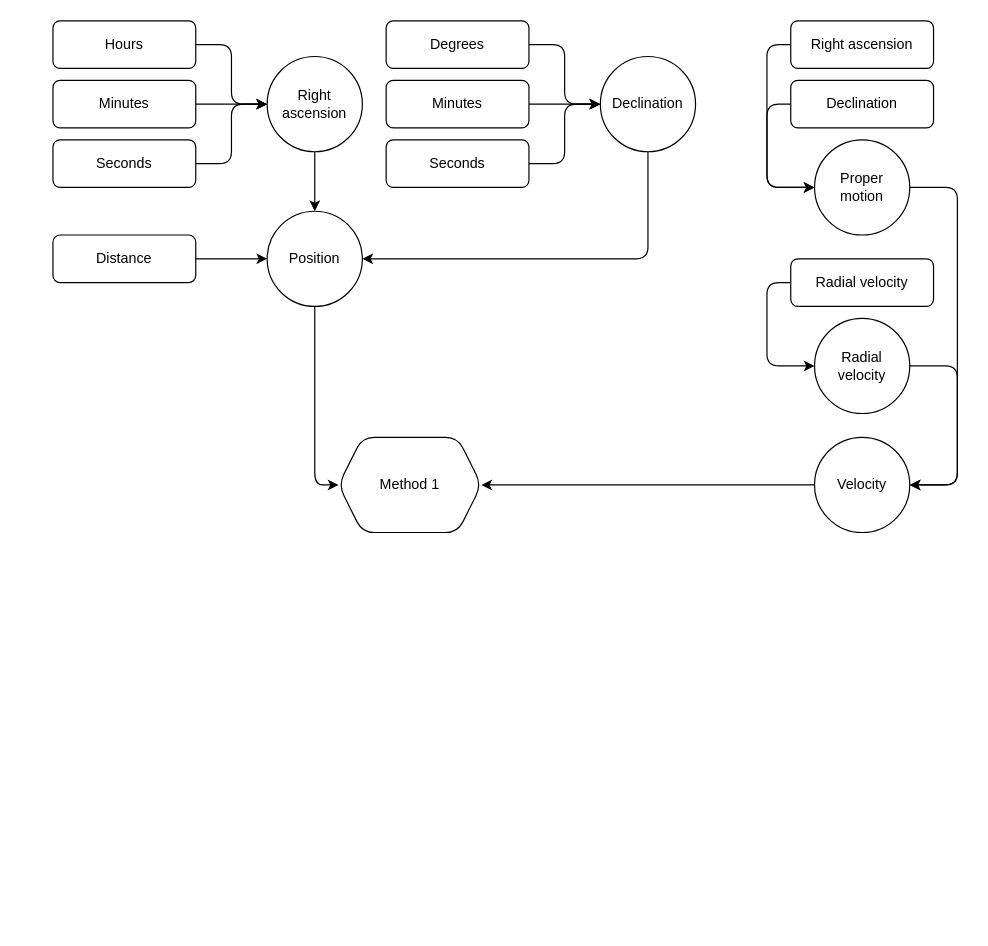
This is Method1.drawio from AlbinSjoegren/SPV, a draw.io file, before an edit. Source tidied: cells renumbered, new cells numbered last; positions are measured from the earlier drawing's top-left corner, leaving out a move shared by most shapes. Both pictures are drawn from the tidied source at 119%, with x=0, y=0 at pixel (52, 20).
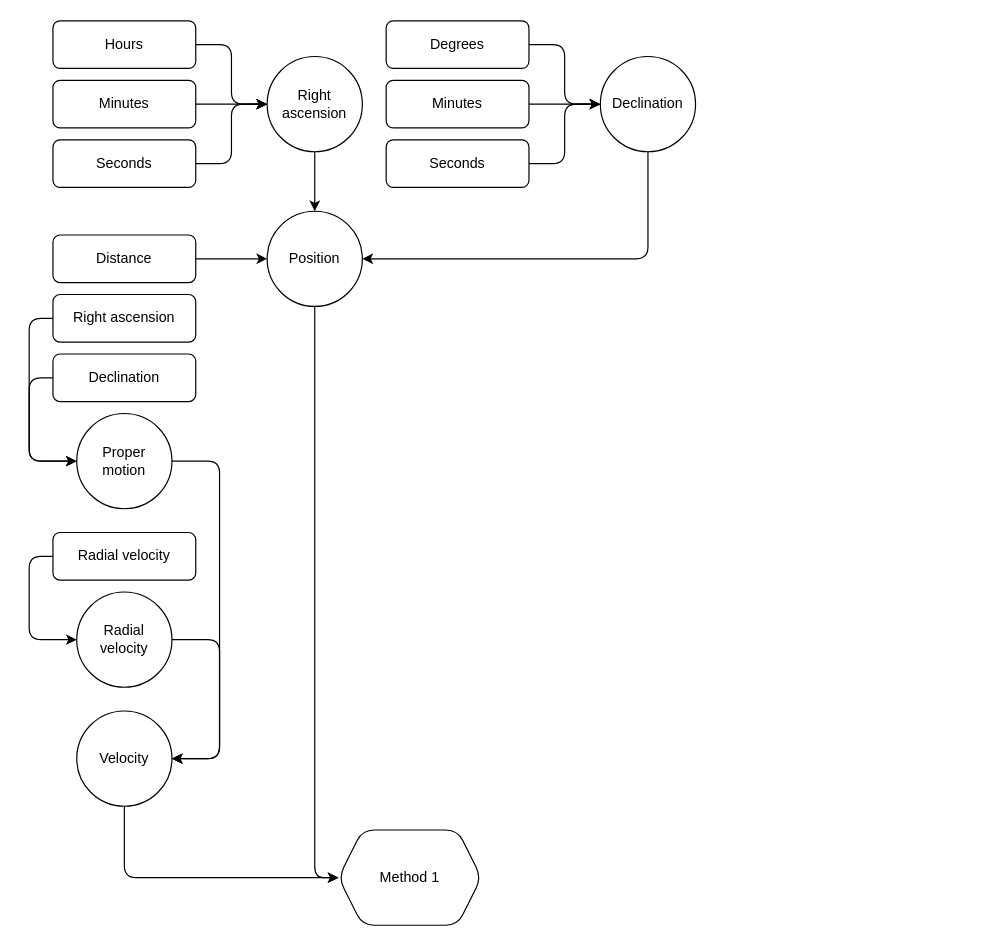
Above is the later version.

Change to the diagram source:
```diff
@@
     <mxCell id="22" style="edgeStyle=orthogonalEdgeStyle;rounded=1;jettySize=auto;html=1;entryX=0;entryY=0.5;entryDx=0;entryDy=0;" parent="1" edge="1" source="23" target="25">
       <mxGeometry relative="1" as="geometry">
         <Array as="points">
-          <mxPoint x="600" y="20" />
-          <mxPoint x="600" y="140" />
+          <mxPoint x="-20" y="250" />
+          <mxPoint x="-20" y="370" />
         </Array>
       </mxGeometry>
     </mxCell>
     <mxCell id="23" value="Right ascension" style="rounded=1;whiteSpace=wrap;html=1;" parent="1" vertex="1">
-      <mxGeometry x="620" width="120" height="40" as="geometry" />
+      <mxGeometry y="230" width="120" height="40" as="geometry" />
     </mxCell>
     <mxCell id="24" style="edgeStyle=orthogonalEdgeStyle;rounded=1;jettySize=auto;html=1;entryX=1;entryY=0.5;entryDx=0;entryDy=0;" parent="1" edge="1" source="25" target="33">
       <mxGeometry relative="1" as="geometry">
         <Array as="points">
-          <mxPoint x="760" y="140" />
-          <mxPoint x="760" y="390" />
+          <mxPoint x="140" y="370" />
+          <mxPoint x="140" y="620" />
         </Array>
       </mxGeometry>
     </mxCell>
     <mxCell id="25" value="&lt;div&gt;Proper&lt;/div&gt;&lt;div&gt;motion&lt;/div&gt;" style="ellipse;whiteSpace=wrap;html=1;rounded=1;" parent="1" vertex="1">
-      <mxGeometry x="640" y="100" width="80" height="80" as="geometry" />
+      <mxGeometry x="20" y="330" width="80" height="80" as="geometry" />
     </mxCell>
     <mxCell id="26" style="edgeStyle=orthogonalEdgeStyle;rounded=1;jettySize=auto;html=1;entryX=0;entryY=0.5;entryDx=0;entryDy=0;" parent="1" edge="1" source="27" target="25">
       <mxGeometry relative="1" as="geometry">
         <Array as="points">
-          <mxPoint x="600" y="70" />
-          <mxPoint x="600" y="140" />
+          <mxPoint x="-20" y="300" />
+          <mxPoint x="-20" y="370" />
         </Array>
       </mxGeometry>
     </mxCell>
     <mxCell id="27" value="Declination" style="rounded=1;whiteSpace=wrap;html=1;" parent="1" vertex="1">
-      <mxGeometry x="620" y="50" width="120" height="40" as="geometry" />
+      <mxGeometry y="280" width="120" height="40" as="geometry" />
     </mxCell>
     <mxCell id="28" style="edgeStyle=orthogonalEdgeStyle;rounded=1;jettySize=auto;html=1;entryX=1;entryY=0.5;entryDx=0;entryDy=0;" parent="1" edge="1" source="29" target="33">
       <mxGeometry relative="1" as="geometry">
         <Array as="points">
-          <mxPoint x="760" y="290" />
-          <mxPoint x="760" y="390" />
+          <mxPoint x="140" y="520" />
+          <mxPoint x="140" y="620" />
         </Array>
       </mxGeometry>
     </mxCell>
     <mxCell id="29" value="Radial&lt;br&gt;velocity" style="ellipse;whiteSpace=wrap;html=1;rounded=1;" parent="1" vertex="1">
-      <mxGeometry x="640" y="250" width="80" height="80" as="geometry" />
+      <mxGeometry x="20" y="480" width="80" height="80" as="geometry" />
     </mxCell>
     <mxCell id="30" style="edgeStyle=orthogonalEdgeStyle;rounded=1;jettySize=auto;html=1;entryX=0;entryY=0.5;entryDx=0;entryDy=0;" parent="1" edge="1" source="31" target="29">
       <mxGeometry relative="1" as="geometry">
         <Array as="points">
-          <mxPoint x="600" y="220" />
-          <mxPoint x="600" y="290" />
+          <mxPoint x="-20" y="450" />
+          <mxPoint x="-20" y="520" />
         </Array>
       </mxGeometry>
     </mxCell>
     <mxCell id="31" value="Radial velocity" style="rounded=1;whiteSpace=wrap;html=1;" parent="1" vertex="1">
-      <mxGeometry x="620" y="200" width="120" height="40" as="geometry" />
+      <mxGeometry y="430" width="120" height="40" as="geometry" />
     </mxCell>
-    <mxCell id="32" style="edgeStyle=orthogonalEdgeStyle;rounded=1;jettySize=auto;html=1;entryX=1;entryY=0.5;entryDx=0;entryDy=0;" parent="1" edge="1" source="33" target="34">
-      <mxGeometry relative="1" as="geometry" />
+    <mxCell id="32" style="edgeStyle=orthogonalEdgeStyle;rounded=1;jettySize=auto;html=1;entryX=0;entryY=0.5;entryDx=0;entryDy=0;" parent="1" edge="1" source="33" target="34">
+      <mxGeometry relative="1" as="geometry">
+        <Array as="points">
+          <mxPoint x="60" y="720" />
+        </Array>
+      </mxGeometry>
     </mxCell>
     <mxCell id="33" value="Velocity" style="ellipse;whiteSpace=wrap;html=1;rounded=1;" parent="1" vertex="1">
-      <mxGeometry x="640" y="350" width="80" height="80" as="geometry" />
+      <mxGeometry x="20" y="580" width="80" height="80" as="geometry" />
     </mxCell>
     <mxCell id="34" value="Method 1" style="shape=hexagon;perimeter=hexagonPerimeter2;whiteSpace=wrap;html=1;fixedSize=1;rounded=1;" parent="1" vertex="1">
-      <mxGeometry x="240" y="350" width="120" height="80" as="geometry" />
+      <mxGeometry x="240" y="680" width="120" height="80" as="geometry" />
     </mxCell>
```
